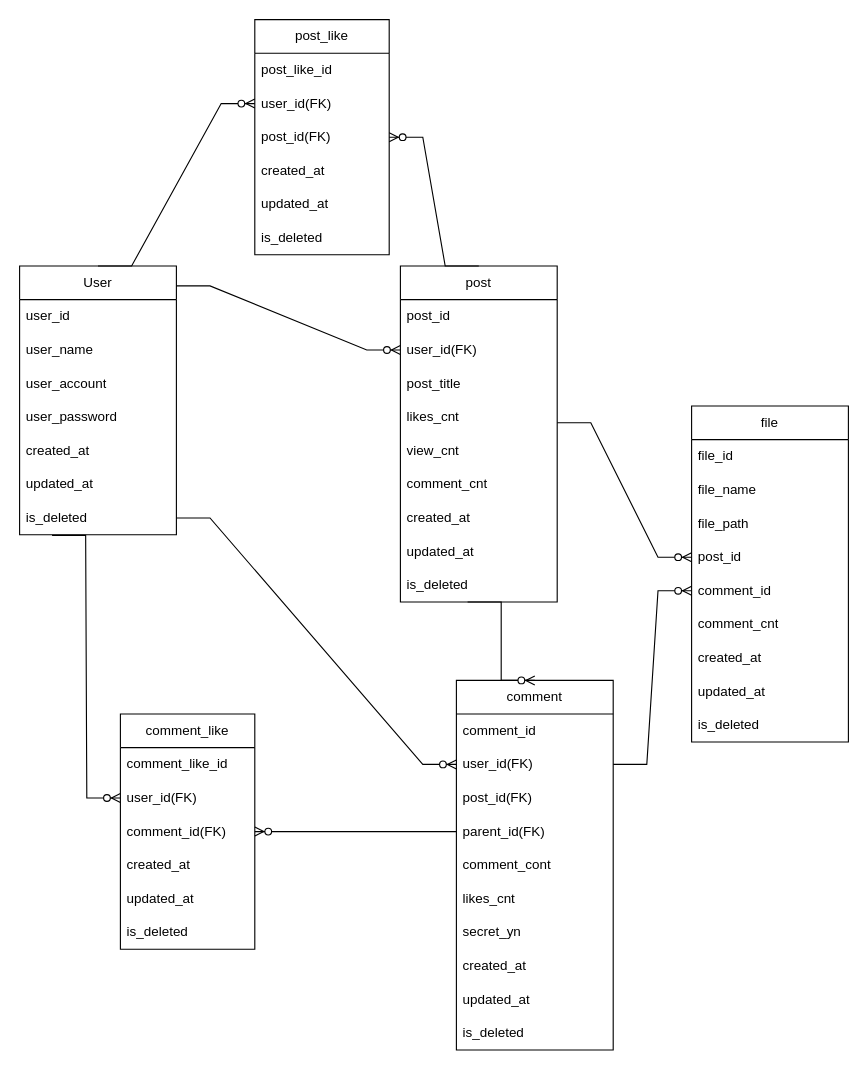
SongYoungMin-304/InflearnDraw.io keeps this draw.io diagram as chapter3.drawio. Above is the earlier version. Source tidied: cells renumbered, new cells numbered last; positions are measured from the earlier drawing's top-left corner, leaving out a move shared by most shapes. Both pictures are drawn from the tidied source at 112%, with x=0, y=0 at pixel (19, 19).
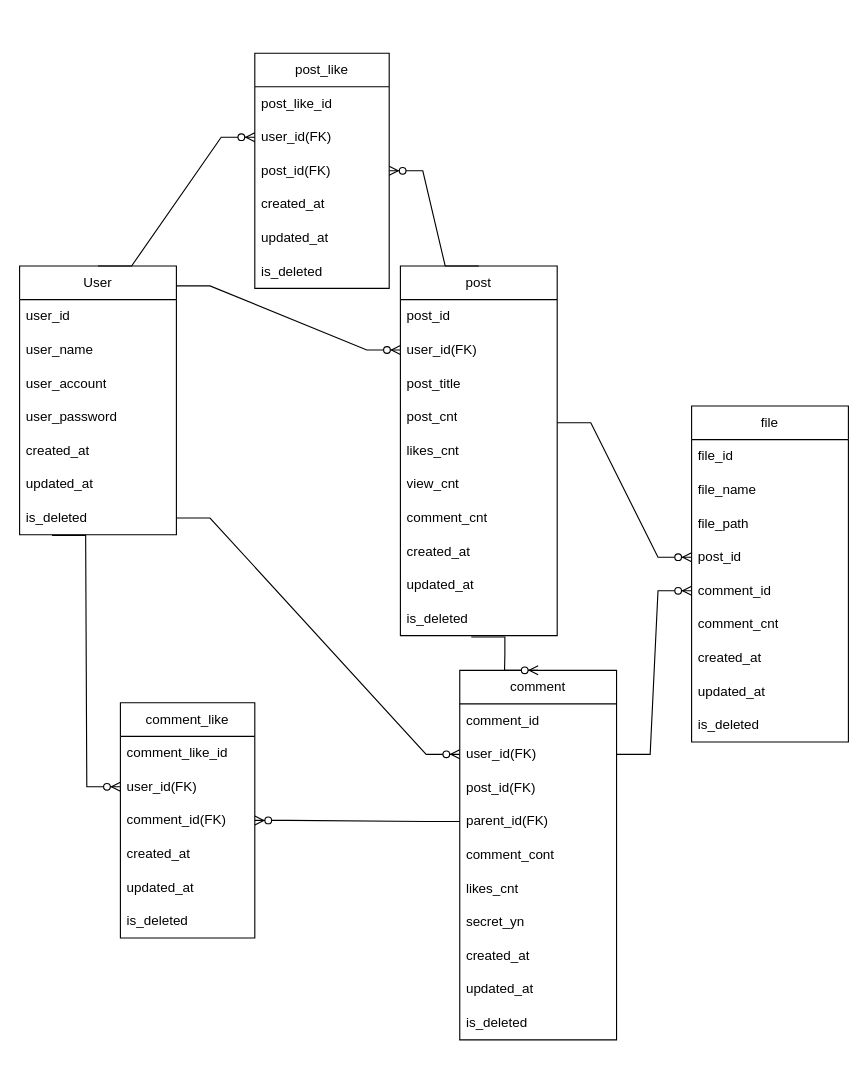
The same diagram, later.

What changed in the source:
```diff
@@
     <mxCell id="10" value="post" style="swimlane;fontStyle=0;horizontal=1;startSize=30;whiteSpace=wrap;html=1;" parent="1" vertex="1">
-      <mxGeometry x="340" y="220" width="140" height="300" as="geometry" />
+      <mxGeometry x="340" y="220" width="140" height="330" as="geometry" />
     </mxCell>
@@
+    <mxCell id="64" value="post_cnt" style="text;strokeColor=none;fillColor=none;align=left;verticalAlign=middle;spacingLeft=4;spacingRight=4;overflow=hidden;whiteSpace=wrap;html=1;" parent="10" vertex="1">
+      <mxGeometry y="120" width="140" height="30" as="geometry" />
+    </mxCell>
     <mxCell id="14" value="likes_cnt" style="text;strokeColor=none;fillColor=none;align=left;verticalAlign=middle;spacingLeft=4;spacingRight=4;overflow=hidden;whiteSpace=wrap;html=1;" parent="10" vertex="1">
-      <mxGeometry y="120" width="140" height="30" as="geometry" />
+      <mxGeometry y="150" width="140" height="30" as="geometry" />
     </mxCell>
     <mxCell id="15" value="view_cnt" style="text;strokeColor=none;fillColor=none;align=left;verticalAlign=middle;spacingLeft=4;spacingRight=4;overflow=hidden;whiteSpace=wrap;html=1;" parent="10" vertex="1">
-      <mxGeometry y="150" width="140" height="30" as="geometry" />
+      <mxGeometry y="180" width="140" height="30" as="geometry" />
     </mxCell>
     <mxCell id="16" value="comment_cnt" style="text;strokeColor=none;fillColor=none;align=left;verticalAlign=middle;spacingLeft=4;spacingRight=4;overflow=hidden;whiteSpace=wrap;html=1;" parent="10" vertex="1">
-      <mxGeometry y="180" width="140" height="30" as="geometry" />
+      <mxGeometry y="210" width="140" height="30" as="geometry" />
     </mxCell>
     <mxCell id="17" value="created_at" style="text;strokeColor=none;fillColor=none;align=left;verticalAlign=middle;spacingLeft=4;spacingRight=4;overflow=hidden;whiteSpace=wrap;html=1;" parent="10" vertex="1">
-      <mxGeometry y="210" width="140" height="30" as="geometry" />
+      <mxGeometry y="240" width="140" height="30" as="geometry" />
     </mxCell>
     <mxCell id="18" value="updated_at" style="text;strokeColor=none;fillColor=none;align=left;verticalAlign=middle;spacingLeft=4;spacingRight=4;overflow=hidden;whiteSpace=wrap;html=1;" parent="10" vertex="1">
-      <mxGeometry y="240" width="140" height="30" as="geometry" />
+      <mxGeometry y="270" width="140" height="30" as="geometry" />
     </mxCell>
     <mxCell id="19" value="is_deleted" style="text;strokeColor=none;fillColor=none;align=left;verticalAlign=middle;spacingLeft=4;spacingRight=4;overflow=hidden;points=[[0,0.5],[1,0.5]];portConstraint=eastwest;whiteSpace=wrap;html=1;" parent="10" vertex="1">
-      <mxGeometry y="270" width="140" height="30" as="geometry" />
+      <mxGeometry y="300" width="140" height="30" as="geometry" />
     </mxCell>
     <mxCell id="20" value="comment" style="swimlane;fontStyle=0;horizontal=1;startSize=30;whiteSpace=wrap;html=1;" parent="1" vertex="1">
-      <mxGeometry x="390" y="590" width="140" height="330" as="geometry" />
+      <mxGeometry x="393" y="581" width="140" height="330" as="geometry" />
     </mxCell>
@@
-    <mxCell id="45" style="edgeStyle=entityRelationEdgeStyle;fontSize=12;html=1;endArrow=ERzeroToMany;endFill=1;rounded=0;exitX=1;exitY=0.074;exitDx=0;exitDy=0;exitPerimeter=0;entryX=0.5;entryY=0;entryDx=0;entryDy=0;" parent="1" edge="1" target="20">
-      <mxGeometry relative="1" as="geometry">
-        <mxPoint x="400" y="520" as="sourcePoint" />
-      </mxGeometry>
+    <mxCell id="45" style="edgeStyle=entityRelationEdgeStyle;fontSize=12;html=1;endArrow=ERzeroToMany;endFill=1;rounded=0;exitX=0.452;exitY=1.043;exitDx=0;exitDy=0;exitPerimeter=0;entryX=0.5;entryY=0;entryDx=0;entryDy=0;" parent="1" edge="1" source="19" target="20">
+      <mxGeometry relative="1" as="geometry" />
     </mxCell>
     <mxCell id="46" value="post_like" style="swimlane;fontStyle=0;horizontal=1;startSize=30;whiteSpace=wrap;html=1;" parent="1" vertex="1">
-      <mxGeometry x="210" width="120" height="210" as="geometry" />
+      <mxGeometry x="210" y="30" width="120" height="210" as="geometry" />
     </mxCell>
@@
     <mxCell id="55" value="comment_like" style="swimlane;fontStyle=0;horizontal=1;startSize=30;whiteSpace=wrap;html=1;" parent="1" vertex="1">
-      <mxGeometry x="90" y="620" width="120" height="210" as="geometry" />
+      <mxGeometry x="90" y="610" width="120" height="210" as="geometry" />
     </mxCell>
```
